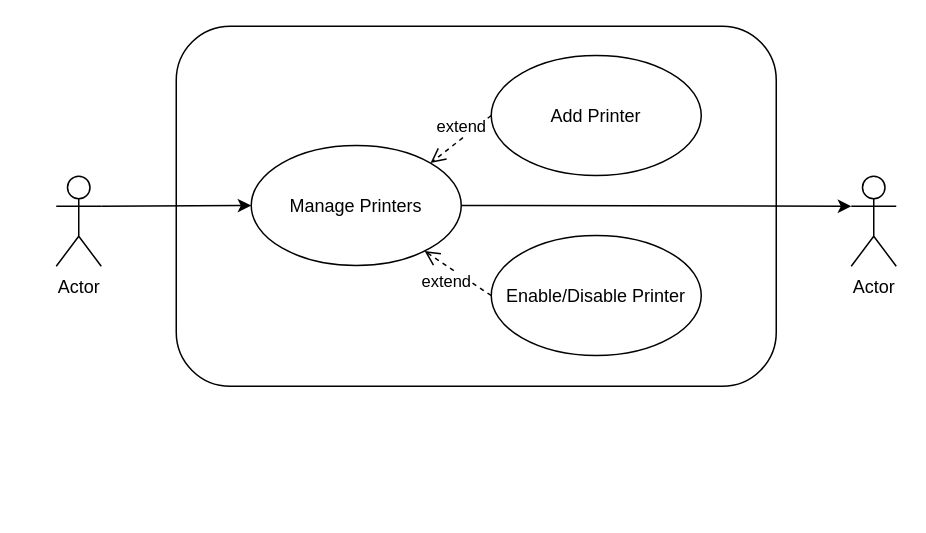
Above: page "Printer Management" (4 of 9) of Diagrams/usecase.drawio in TitaniumBull224/se-ssps (draw.io), before the change. Source tidied: cells renumbered, new cells numbered last; positions are measured from the earlier drawing's top-left corner, leaving out a move shared by most shapes. Both pictures are drawn from the tidied source at 150%, with x=0, y=0 at pixel (56, 26).
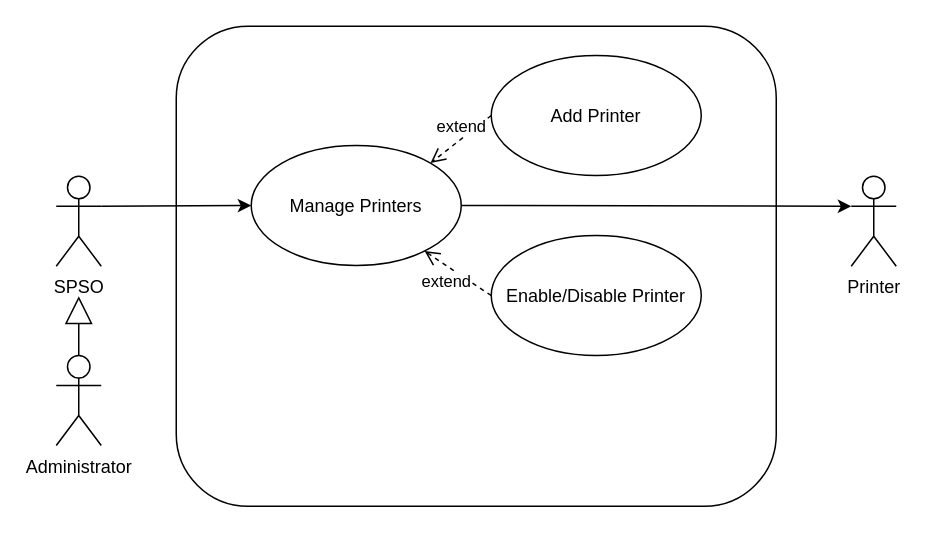
The same diagram, later.

What changed in the source:
```diff
@@
 <mxGraphModel>
   <root>
     <mxCell id="0" />
     <mxCell id="1" parent="0" />
     <mxCell id="2" style="edgeStyle=none;html=1;exitX=1;exitY=0.3333333333333333;exitDx=0;exitDy=0;exitPerimeter=0;entryX=0;entryY=0.5;entryDx=0;entryDy=0;" parent="1" edge="1" source="3" target="8">
       <mxGeometry relative="1" as="geometry" />
     </mxCell>
-    <mxCell id="3" value="Actor" style="shape=umlActor;verticalLabelPosition=bottom;verticalAlign=top;html=1;outlineConnect=0;fillColor=none;" parent="1" vertex="1">
+    <mxCell id="3" value="SPSO" style="shape=umlActor;verticalLabelPosition=bottom;verticalAlign=top;html=1;outlineConnect=0;fillColor=default;" parent="1" vertex="1">
       <mxGeometry y="100" width="30" height="60" as="geometry" />
     </mxCell>
-    <mxCell id="4" value="Actor" style="shape=umlActor;verticalLabelPosition=bottom;verticalAlign=top;html=1;outlineConnect=0;fillColor=none;" parent="1" vertex="1">
+    <mxCell id="4" value="Printer" style="shape=umlActor;verticalLabelPosition=bottom;verticalAlign=top;html=1;outlineConnect=0;fillColor=default;" parent="1" vertex="1">
       <mxGeometry x="530" y="100" width="30" height="60" as="geometry" />
     </mxCell>
     <mxCell id="5" value="Add Printer" style="ellipse;whiteSpace=wrap;html=1;" parent="1" vertex="1">
       <mxGeometry x="290" y="19.5" width="140" height="80" as="geometry" />
     </mxCell>
     <mxCell id="6" value="Enable/Disable Printer" style="ellipse;whiteSpace=wrap;html=1;" parent="1" vertex="1">
       <mxGeometry x="290" y="139.5" width="140" height="80" as="geometry" />
     </mxCell>
     <mxCell id="7" style="edgeStyle=none;html=1;exitX=1;exitY=0.5;exitDx=0;exitDy=0;entryX=0;entryY=0.3333333333333333;entryDx=0;entryDy=0;entryPerimeter=0;" parent="1" edge="1" source="8" target="4">
       <mxGeometry relative="1" as="geometry" />
     </mxCell>
     <mxCell id="8" value="Manage Printers" style="ellipse;whiteSpace=wrap;html=1;" parent="1" vertex="1">
       <mxGeometry x="130" y="79.5" width="140" height="80" as="geometry" />
     </mxCell>
     <mxCell id="9" value="extend" style="html=1;verticalAlign=bottom;endArrow=open;dashed=1;endSize=8;exitX=0;exitY=0.5;exitDx=0;exitDy=0;entryX=1;entryY=0;entryDx=0;entryDy=0;" parent="1" edge="1" source="5" target="8">
       <mxGeometry relative="1" as="geometry" />
     </mxCell>
     <mxCell id="10" value="extend" style="html=1;verticalAlign=bottom;endArrow=open;dashed=1;endSize=8;exitX=0;exitY=0.5;exitDx=0;exitDy=0;" parent="1" edge="1" source="6" target="8">
       <mxGeometry x="-0.07" y="17" relative="1" as="geometry">
         <mxPoint y="-1" as="offset" />
       </mxGeometry>
     </mxCell>
     <mxCell id="11" style="rounded=1;whiteSpace=wrap;html=1;fillColor=none;" parent="1" vertex="1">
-      <mxGeometry x="80" width="400" height="240" as="geometry" />
+      <mxGeometry x="80" width="400" height="320" as="geometry" />
     </mxCell>
+    <mxCell id="12" style="endArrow=block;endSize=16;endFill=0;html=1;exitX=0.5;exitY=0;exitDx=0;exitDy=0;exitPerimeter=0;" parent="1" edge="1" source="13">
+      <mxGeometry relative="1" as="geometry">
+        <mxPoint x="15" y="180" as="targetPoint" />
+      </mxGeometry>
+    </mxCell>
+    <mxCell id="13" value="Administrator" style="shape=umlActor;verticalLabelPosition=bottom;verticalAlign=top;html=1;" parent="1" vertex="1">
+      <mxGeometry y="219.5" width="30" height="60" as="geometry" />
+    </mxCell>
   </root>
 </mxGraphModel>
```
